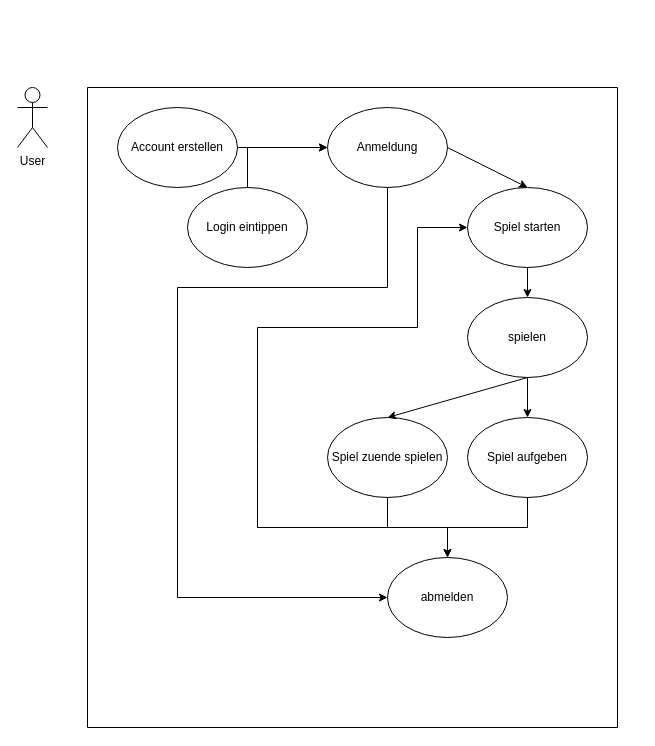
Earlier version of the draw.io diagram page "Use Case" (2 of 3) of Konzepte.drawio (ChroniclesOfTheRedeemed/VierGewinntLernFeld12). Source tidied: cells renumbered, new cells numbered last; positions are measured from the earlier drawing's top-left corner, leaving out a move shared by most shapes. Both pictures are drawn from the tidied source at 100%, with x=0, y=0 at pixel (17, 87).
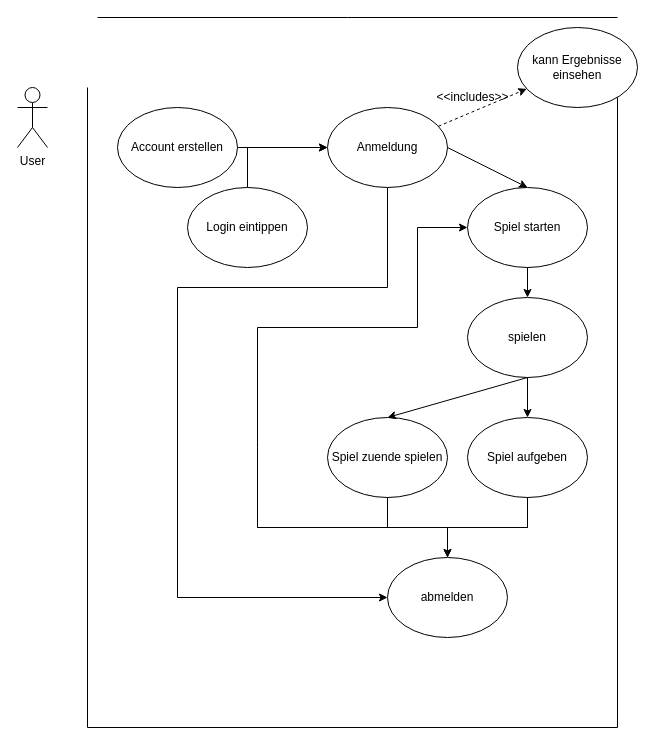
The same page after the edit.

Unchanged cells that the change refers to:
```xml
<mxCell id="9" value="Anmeldung" style="ellipse;whiteSpace=wrap;html=1;" parent="1" vertex="1">
  <mxGeometry x="310" y="20" width="120" height="80" as="geometry" />
</mxCell>
```

The edit, as a diff of the source:
```diff
@@
+    <mxCell id="27" style="edgeStyle=none;rounded=0;jettySize=auto;html=1;dashed=1;" parent="1" edge="1" source="9" target="28">
+      <mxGeometry relative="1" as="geometry" />
+    </mxCell>
@@
     <mxCell id="22" style="endArrow=none;html=1;rounded=0;" parent="1" edge="1">
       <mxGeometry relative="1" as="geometry">
-        <mxPoint x="70" as="sourcePoint" />
-        <mxPoint x="600" as="targetPoint" />
+        <mxPoint x="80" y="-70" as="sourcePoint" />
+        <mxPoint x="600" y="-70" as="targetPoint" />
+        <Array as="points">
+          <mxPoint x="330" y="-70" />
+        </Array>
       </mxGeometry>
     </mxCell>
@@
+    <mxCell id="28" value="kann Ergebnisse einsehen" style="ellipse;whiteSpace=wrap;html=1;" parent="1" vertex="1">
+      <mxGeometry x="500" y="-60" width="120" height="80" as="geometry" />
+    </mxCell>
+    <mxCell id="29" value="&amp;lt;&amp;lt;includes&amp;gt;&amp;gt;" style="text;html=1;align=center;verticalAlign=middle;" parent="1" vertex="1">
+      <mxGeometry x="410" width="90" height="20" as="geometry" />
+    </mxCell>
```
